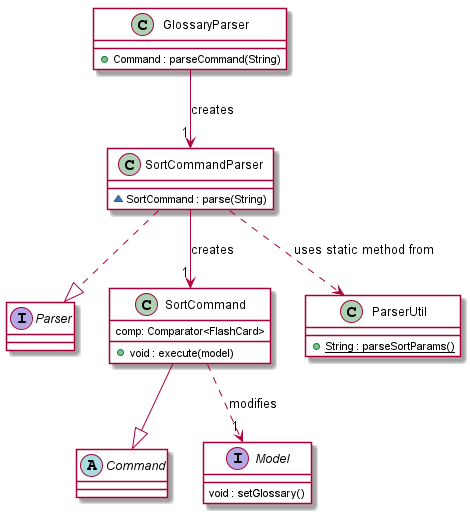
Above: docs/images/SortCommandClassDiagram.png in zhizhizhizhizhi/tp (PlantUML), before the change.
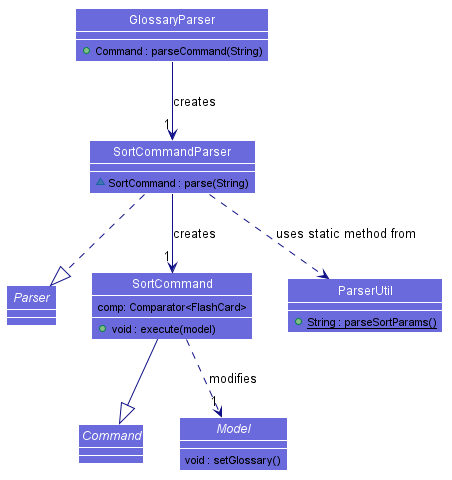
Above is the later version.

Change to the diagram source:
```diff
@@ -1,9 +1,63 @@
 @startuml
-skinparam classBackgroundColor LOGIC_COLOR
+
+
+
+
+
+
+
+
+skinparam BackgroundColor #FFFFFFF
+
+skinparam Shadowing false
+
+skinparam Class {
+    FontColor #FFFFFF
+    BorderThickness 1
+    BorderColor #FFFFFF
+    StereotypeFontColor #FFFFFF
+    FontName Arial
+}
+
+skinparam Actor {
+    BorderColor #000000
+    Color #000000
+    FontName Arial
+}
+
+skinparam Sequence {
+    MessageAlign center
+    BoxFontSize 15
+    BoxPadding 0
+    BoxFontColor #FFFFFF
+    FontName Arial
+}
+
+skinparam Participant {
+    FontColor #FFFFFFF
+    Padding 20
+}
+
+skinparam MinClassWidth 50
+skinparam ParticipantPadding 10
+skinparam Shadowing false
+skinparam DefaultTextAlignment center
+skinparam packageStyle Rectangle
+
+hide footbox
+hide members
+hide circle
+show members
+show methods
+skinparam arrowColor #101086
+skinparam classBackgroundColor #6A6ADC
 
 abstract class Command
 interface Parser
-class SortCommand
+class SortCommand {
+    comp: Comparator<FlashCard>
+    +void : execute(model)
+}
 class SortCommandParser {
     ~SortCommand : parse(String)
 }
@@ -22,13 +76,6 @@
 SortCommandParser ..|> Parser
 SortCommandParser ..> ParserUtil : uses static method from
 SortCommandParser --> "1" SortCommand : creates
-
-
 SortCommand ..> "1" Model : modifies
 
-class SortCommand {
-    comp: Comparator<FlashCard>
-    +void : execute(model)
-}
-
 @enduml
```
